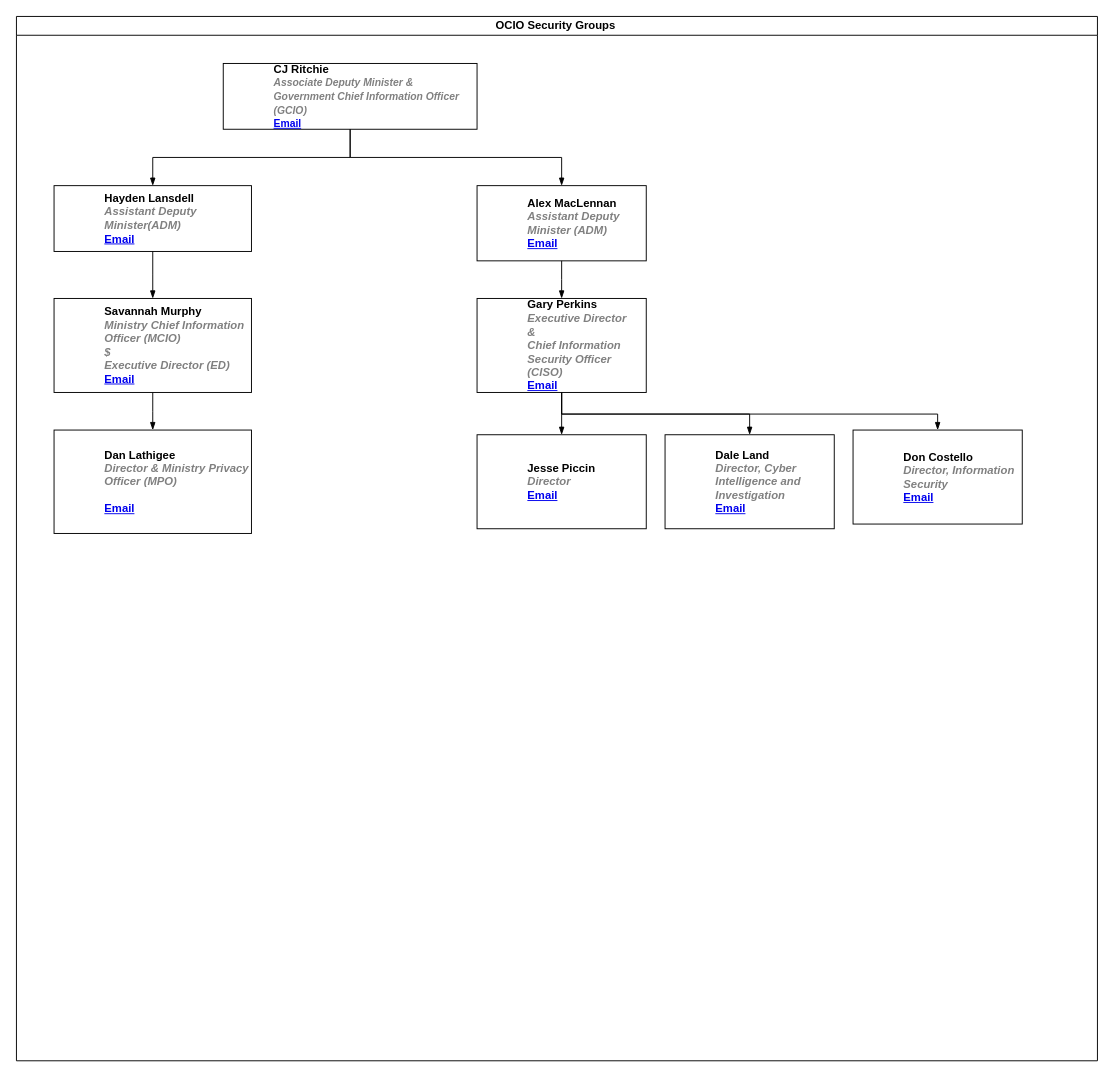
Above: page "OCIO-org chart" (1 of 4) of Untitled Diagram.drawio in ThindK/myrepo (draw.io), before the change. Source tidied: cells renumbered, new cells numbered last; positions are measured from the earlier drawing's top-left corner, leaving out a move shared by most shapes. Both pictures are drawn from the tidied source at 94%, with x=0, y=0 at pixel (16, 16).
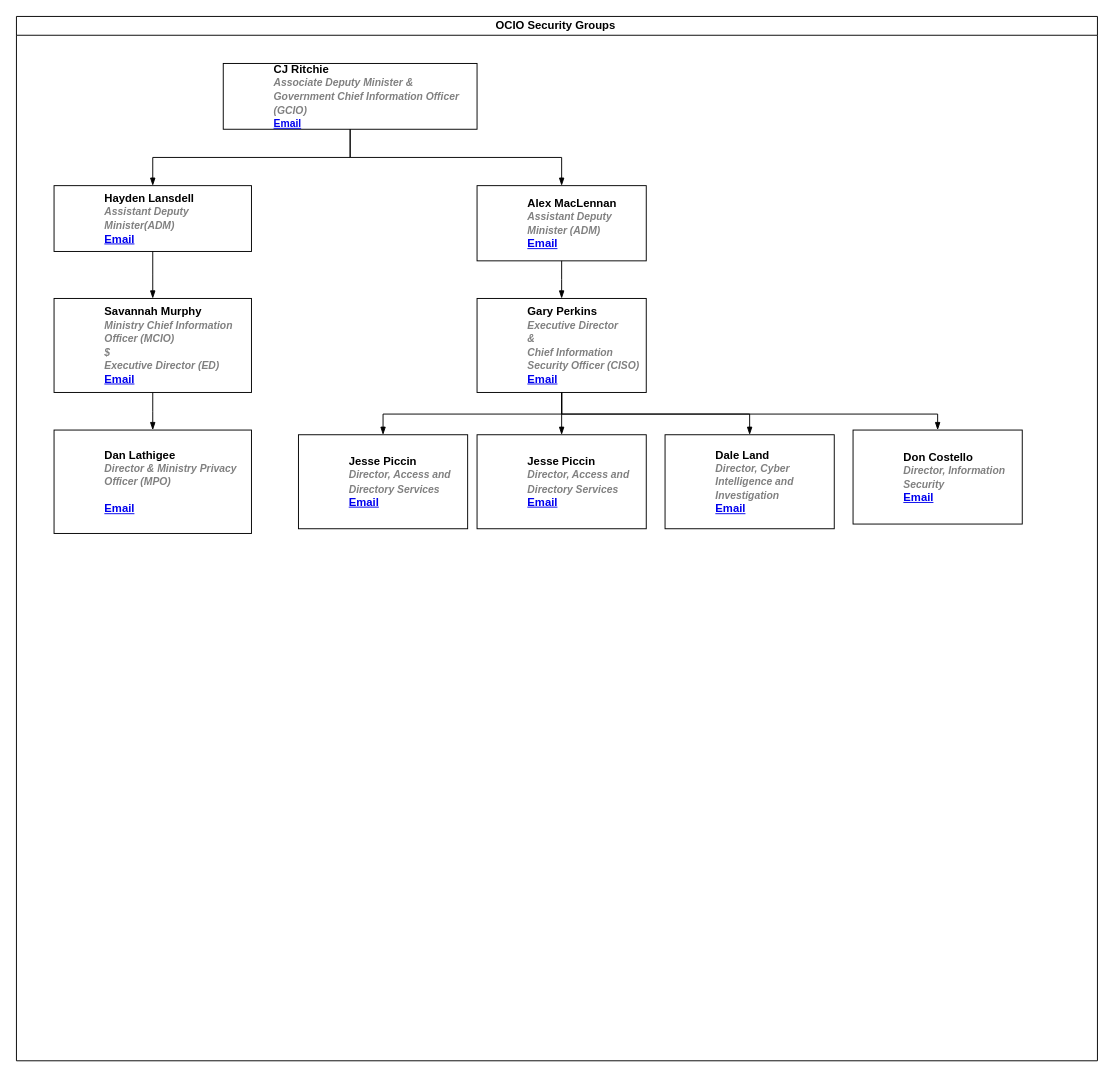
Above is the later version.

The edit, as a diff of the source:
```diff
@@
-    <mxCell id="2" value="OCIO Security Groups&amp;nbsp;" style="swimlane;html=1;startSize=20;horizontal=1;containerType=tree;glass=0;" parent="1" vertex="1">
+    <mxCell id="2" value="OCIO Security Groups&amp;nbsp;" style="swimlane;html=1;startSize=20;horizontal=1;containerType=tree;glass=0;swimlaneLine=1;swimlaneFillColor=none;" parent="1" vertex="1">
       <mxGeometry width="1150" height="1111" as="geometry" />
     </mxCell>
     <object id="3" label="%name%&lt;br&gt;&lt;i style=&quot;color: gray ; font-size: 11px&quot;&gt;%position%&lt;/i&gt;&lt;br&gt;&lt;a href=&quot;mailto:%email%&quot; style=&quot;font-size: 11px&quot;&gt;Email&lt;/a&gt;" email="CJ.Ritchie@gov.bc.ca" name="CJ Ritchie" placeholders="1" position="Associate Deputy Minister &amp; Government Chief Information Officer (GCIO)">
-      <mxCell style="label;whiteSpace=wrap;html=1;rounded=0;glass=0;" parent="2" vertex="1">
+      <mxCell style="label;whiteSpace=wrap;html=1;rounded=0;glass=0;gradientColor=#ffffff;fillColor=default;comic=0;noLabel=0;portConstraintRotation=0;snapToPoint=0;" parent="2" vertex="1">
         <mxGeometry x="220" y="50" width="270" height="70" as="geometry" />
       </mxCell>
     </object>
@@
-    <object id="5" label="%name%&lt;br&gt;&lt;i style=&quot;color: gray&quot;&gt;%position%&lt;/i&gt;&lt;br&gt;&lt;a href=&quot;mailto:%email%&quot;&gt;Email&lt;/a&gt;" email="hayden.lansdell@gov.bc.ca" name="Hayden Lansdell" placeholders="1" position="Assistant Deputy Minister(ADM)">
-      <mxCell style="label;whiteSpace=wrap;html=1;rounded=0;glass=0;" parent="2" vertex="1">
+    <object id="5" label="%name%&lt;br&gt;&lt;i style=&quot;color: gray ; font-size: 11px&quot;&gt;%position%&lt;/i&gt;&lt;br&gt;&lt;a href=&quot;mailto:%email%&quot;&gt;Email&lt;/a&gt;" email="hayden.lansdell@gov.bc.ca" name="Hayden Lansdell" placeholders="1" position="Assistant Deputy Minister(ADM)">
+      <mxCell style="label;whiteSpace=wrap;html=1;rounded=0;glass=0;imageAspect=1;" parent="2" vertex="1">
         <mxGeometry x="40" y="180" width="210" height="70" as="geometry" />
       </mxCell>
     </object>
@@
-    <object id="7" label="%name%&lt;br&gt;&lt;i style=&quot;color: gray&quot;&gt;%position%&lt;/i&gt;&lt;br&gt;&lt;a href=&quot;mailto:%email%&quot;&gt;Email&lt;/a&gt;" email="Alex.MacLennan@gov.bc.ca" name="Alex MacLennan" placeholders="1" position="Assistant Deputy Minister (ADM)">
+    <object id="7" label="%name%&lt;br&gt;&lt;i style=&quot;color: gray ; font-size: 11px&quot;&gt;%position%&lt;/i&gt;&lt;br&gt;&lt;a href=&quot;mailto:%email%&quot;&gt;Email&lt;/a&gt;" email="Alex.MacLennan@gov.bc.ca" name="Alex MacLennan" placeholders="1" position="Assistant Deputy Minister (ADM)">
       <mxCell style="label;whiteSpace=wrap;html=1;rounded=0;glass=0;" parent="2" vertex="1">
         <mxGeometry x="490" y="180" width="180" height="80" as="geometry" />
       </mxCell>
     </object>
@@
-    <object id="9" label="%name%&lt;br&gt;&lt;i style=&quot;color: gray&quot;&gt;%position%&lt;/i&gt;&lt;br&gt;&lt;a href=&quot;mailto:%email%&quot;&gt;Email&lt;/a&gt;" email="Savannah.Murphy@gov.bc.ca" name="Savannah Murphy" placeholders="1" position="Ministry Chief Information Officer (MCIO)&#10;$ &#10;Executive Director (ED)">
+    <object id="9" label="%name%&lt;br&gt;&lt;i style=&quot;color: gray ; font-size: 11px&quot;&gt;%position%&lt;/i&gt;&lt;br&gt;&lt;a href=&quot;mailto:%email%&quot;&gt;Email&lt;/a&gt;" email="Savannah.Murphy@gov.bc.ca" name="Savannah Murphy" placeholders="1" position="Ministry Chief Information Officer (MCIO)&#10;$ &#10;Executive Director (ED)">
       <mxCell style="label;whiteSpace=wrap;html=1;rounded=0;glass=0;" parent="2" vertex="1">
         <mxGeometry x="40" y="300" width="210" height="100" as="geometry" />
       </mxCell>
     </object>
@@
-    <object id="11" label="%name%&lt;br&gt;&lt;i style=&quot;color: gray&quot;&gt;%position%&lt;/i&gt;&lt;br&gt;&lt;a href=&quot;mailto:%email%&quot;&gt;Email&lt;/a&gt;" email="Dan.Lathigee@gov.bc.ca" name="Dan Lathigee" placeholders="1" position="Director &amp; Ministry Privacy Officer (MPO)&#10;">
+    <object id="11" label="%name%&lt;br&gt;&lt;i style=&quot;color: gray ; font-size: 11px&quot;&gt;%position%&lt;/i&gt;&lt;br&gt;&lt;a href=&quot;mailto:%email%&quot;&gt;Email&lt;/a&gt;" email="Dan.Lathigee@gov.bc.ca" name="Dan Lathigee" placeholders="1" position="Director &amp; Ministry Privacy Officer (MPO)&#10;">
       <mxCell style="label;whiteSpace=wrap;html=1;rounded=0;glass=0;" parent="2" vertex="1">
         <mxGeometry x="40" y="440" width="210" height="110" as="geometry" />
       </mxCell>
     </object>
@@
-    <object id="13" label="%name%&lt;br&gt;&lt;i style=&quot;color: gray&quot;&gt;%position%&lt;/i&gt;&lt;br&gt;&lt;a href=&quot;mailto:%email%&quot;&gt;Email&lt;/a&gt;" email="Gary.Perkins@gov.bc.ca" name="Gary Perkins" placeholders="1" position="Executive Director &#10;&amp;&#10;Chief Information Security Officer (CISO)">
+    <object id="13" label="%name%&lt;br&gt;&lt;i style=&quot;color: gray ; font-size: 11px&quot;&gt;%position%&lt;/i&gt;&lt;br&gt;&lt;a href=&quot;mailto:%email%&quot;&gt;Email&lt;/a&gt;" email="Gary.Perkins@gov.bc.ca" name="Gary Perkins" placeholders="1" position="Executive Director &#10;&amp;&#10;Chief Information Security Officer (CISO)">
       <mxCell style="label;whiteSpace=wrap;html=1;rounded=0;glass=0;" parent="2" vertex="1">
         <mxGeometry x="490" y="300" width="180" height="100" as="geometry" />
       </mxCell>
     </object>
@@
-    <object id="15" label="%name%&lt;br&gt;&lt;i style=&quot;color: gray&quot;&gt;%position%&lt;/i&gt;&lt;br&gt;&lt;a href=&quot;mailto:%email%&quot;&gt;Email&lt;/a&gt;" email="Jesse.Piccin@gov.bc.ca" name="Jesse Piccin" placeholders="1" position="Director">
+    <object id="15" label="%name%&lt;br&gt;&lt;i style=&quot;color: gray ; font-size: 11px&quot;&gt;%position%&lt;/i&gt;&lt;br&gt;&lt;a href=&quot;mailto:%email%&quot;&gt;Email&lt;/a&gt;" email="Jesse.Piccin@gov.bc.ca" name="Jesse Piccin" placeholders="1" position="Director, Access and Directory Services">
       <mxCell style="label;whiteSpace=wrap;html=1;rounded=0;glass=0;" parent="2" vertex="1">
         <mxGeometry x="490" y="445" width="180" height="100" as="geometry" />
       </mxCell>
     </object>
@@
-    <object id="17" label="%name%&lt;br&gt;&lt;i style=&quot;color: gray&quot;&gt;%position%&lt;/i&gt;&lt;br&gt;&lt;a href=&quot;mailto:%email%&quot;&gt;Email&lt;/a&gt;" email="Dale.Land@gov.bc.ca" name="Dale Land" placeholders="1" position="Director, Cyber Intelligence and Investigation">
+    <object id="17" label="%name%&lt;br&gt;&lt;i style=&quot;color: gray ; font-size: 11px&quot;&gt;%position%&lt;/i&gt;&lt;br&gt;&lt;a href=&quot;mailto:%email%&quot;&gt;Email&lt;/a&gt;" email="Dale.Land@gov.bc.ca" name="Dale Land" placeholders="1" position="Director, Cyber Intelligence and Investigation">
       <mxCell style="label;whiteSpace=wrap;html=1;rounded=0;glass=0;" parent="2" vertex="1">
         <mxGeometry x="690" y="445" width="180" height="100" as="geometry" />
       </mxCell>
     </object>
@@
-    <object id="19" label="%name%&lt;br&gt;&lt;i style=&quot;color: gray&quot;&gt;%position%&lt;/i&gt;&lt;br&gt;&lt;a href=&quot;mailto:%email%&quot;&gt;Email&lt;/a&gt;" email="Don.Costello@gov.bc.ca" name="Don Costello" placeholders="1" position="Director, Information Security">
+    <object id="19" label="%name%&lt;br&gt;&lt;i style=&quot;color: gray ; font-size: 11px&quot;&gt;%position%&lt;/i&gt;&lt;br&gt;&lt;a href=&quot;mailto:%email%&quot;&gt;Email&lt;/a&gt;" email="Don.Costello@gov.bc.ca" name="Don Costello" placeholders="1" position="Director, Information Security">
       <mxCell style="label;whiteSpace=wrap;html=1;rounded=0;glass=0;" parent="2" vertex="1">
         <mxGeometry x="890" y="440" width="180" height="100" as="geometry" />
       </mxCell>
     </object>
+    <mxCell id="20" style="endArrow=blockThin;endFill=1;fontSize=11;edgeStyle=elbowEdgeStyle;elbow=vertical;rounded=0;" parent="2" edge="1" source="13" target="21">
+      <mxGeometry relative="1" as="geometry" />
+    </mxCell>
+    <object id="21" label="%name%&lt;br&gt;&lt;i style=&quot;color: gray ; font-size: 11px&quot;&gt;%position%&lt;/i&gt;&lt;br&gt;&lt;a href=&quot;mailto:%email%&quot;&gt;Email&lt;/a&gt;" email="Jesse.Piccin@gov.bc.ca" name="Jesse Piccin" placeholders="1" position="Director, Access and Directory Services">
+      <mxCell style="label;whiteSpace=wrap;html=1;rounded=0;glass=0;" parent="2" vertex="1">
+        <mxGeometry x="300" y="445" width="180" height="100" as="geometry" />
+      </mxCell>
+    </object>
```
